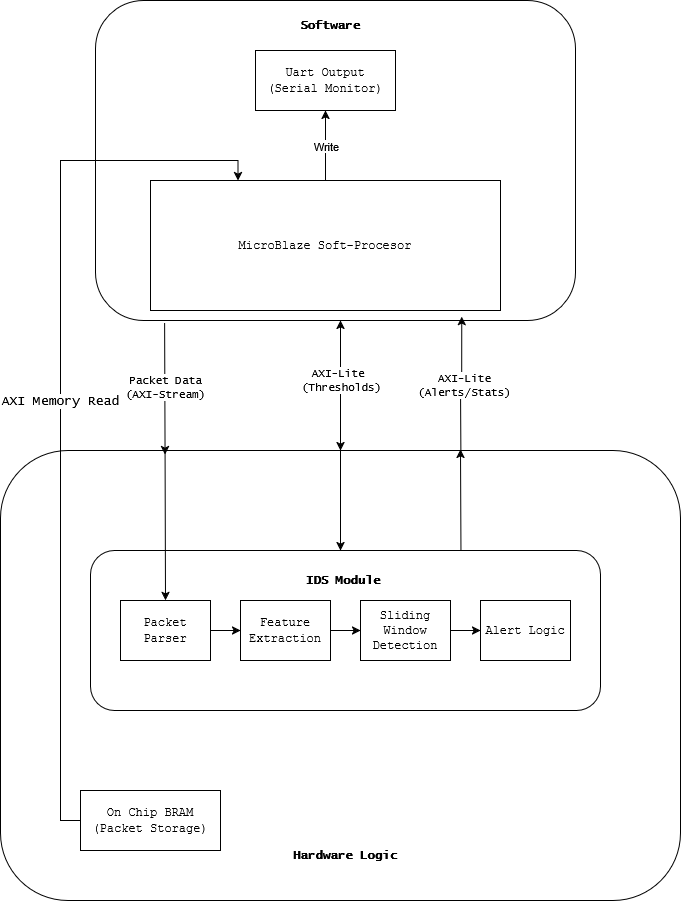
EoinShe/EE694-Capstone-Project-Final-Report keeps this draw.io diagram as Images/Hardware–software-architecture.drawio.png. Above is the earlier version. Source tidied: cells renumbered, new cells last; positions are measured from the earlier drawing's top-left corner, leaving out a move shared by most shapes.
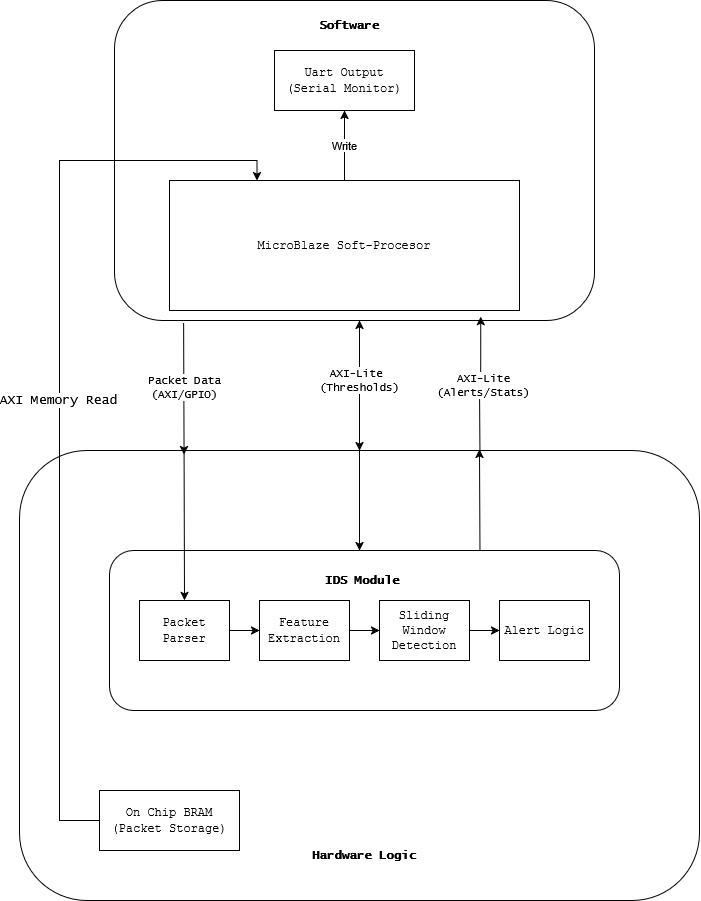
Later version of the same file.

Commit message:
system_hw_sw_architecture

Change to the diagram source:
```diff
@@ -14,8 +14,8 @@
     <mxCell id="5" style="edgeStyle=orthogonalEdgeStyle;rounded=0;jettySize=auto;html=1;entryX=0.25;entryY=0;entryDx=0;entryDy=0;fontFamily=Lucida Console;fontSize=12;" parent="1" edge="1" source="7" target="8">
       <mxGeometry relative="1" as="geometry">
         <Array as="points">
-          <mxPoint x="60" y="820" />
-          <mxPoint x="60" y="160" />
+          <mxPoint x="40" y="820" />
+          <mxPoint x="40" y="160" />
           <mxPoint x="238" y="160" />
         </Array>
       </mxGeometry>
@@ -58,7 +58,7 @@
     <mxCell id="15" style="endArrow=classic;html=1;rounded=0;exitX=0.144;exitY=1.008;exitDx=0;exitDy=0;entryX=0.242;entryY=0.009;entryDx=0;entryDy=0;entryPerimeter=0;exitPerimeter=0;" parent="1" edge="1" source="3" target="2">
       <mxGeometry relative="1" as="geometry" />
     </mxCell>
-    <mxCell id="16" value="&lt;div&gt;Packet Data&lt;/div&gt;&lt;div&gt;(AXI-Stream)&lt;/div&gt;" style="edgeLabel;html=1;align=center;verticalAlign=middle;fontFamily=Lucida Console;" parent="15" vertex="1">
+    <mxCell id="16" value="&lt;div&gt;Packet Data&lt;/div&gt;&lt;div&gt;(AXI/GPIO)&lt;/div&gt;" style="edgeLabel;html=1;align=center;verticalAlign=middle;fontFamily=Lucida Console;" parent="15" vertex="1">
       <mxGeometry x="-0.02" relative="1" as="geometry" />
     </mxCell>
     <mxCell id="17" style="endArrow=classic;startArrow=classic;html=1;rounded=0;exitX=0.5;exitY=0;exitDx=0;exitDy=0;" parent="1" edge="1" source="2">
```
